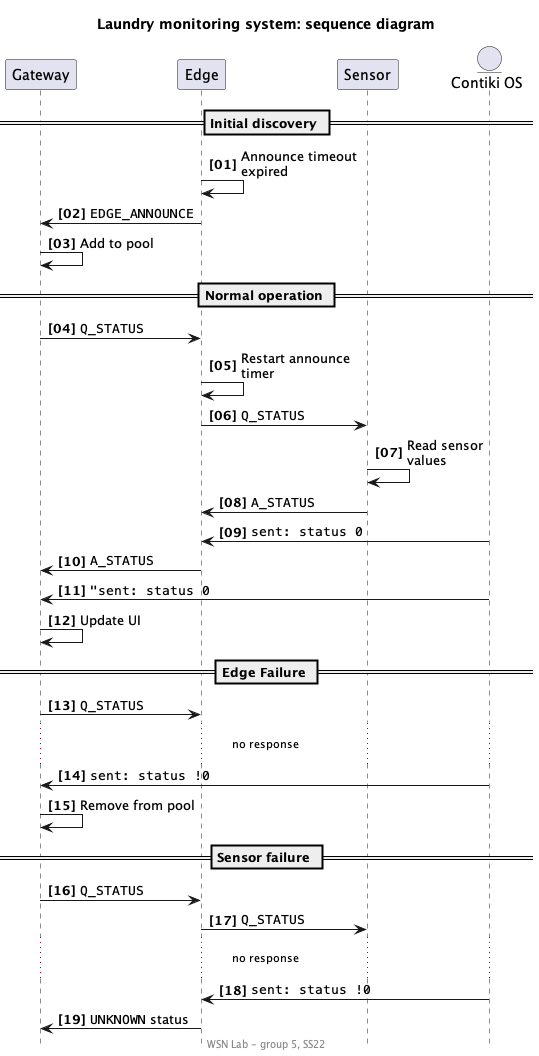
Before: project/uml/out/sequence/seq.png, a diagram exported from PlantUML (ivandkhn/laundry-monitoring).
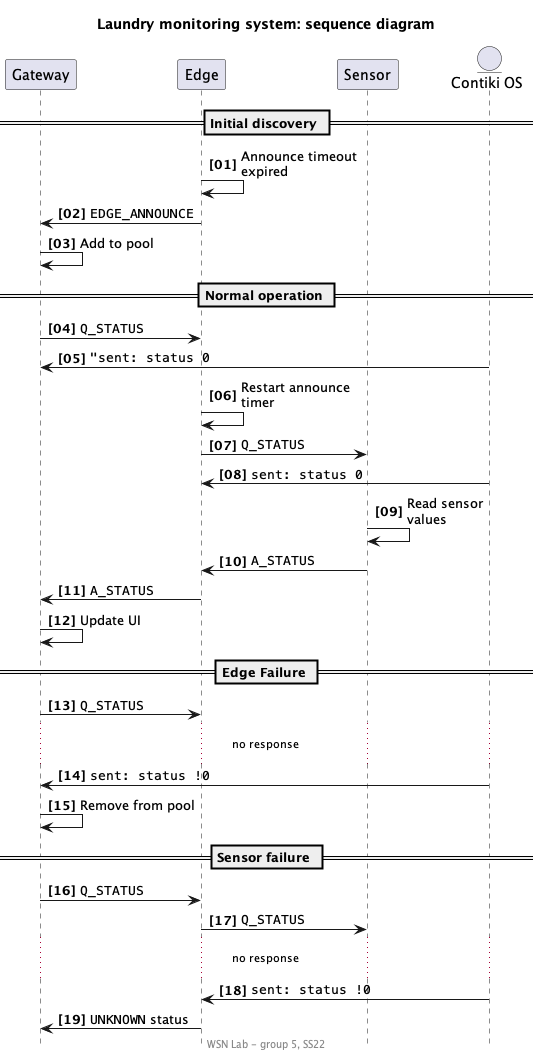
The same diagram one commit later.

Commit message:
Fix positions of unicast acknowledgements

The edit, as a diff of the source:
```diff
@@ -20,13 +20,13 @@
 
 == Normal operation ==
 g -> e: ""Q_STATUS""
+g <- c: """sent: status 0""
 e -> e: Restart announce timer
 e -> s: ""Q_STATUS""
+e <- c: ""sent: status 0""
 s -> s: Read sensor\nvalues
 e <- s: ""A_STATUS""
-e <- c: ""sent: status 0""
 g <- e: ""A_STATUS""
-g <- c: """sent: status 0""
 g -> g: Update UI
 
 == Edge Failure ==
```
